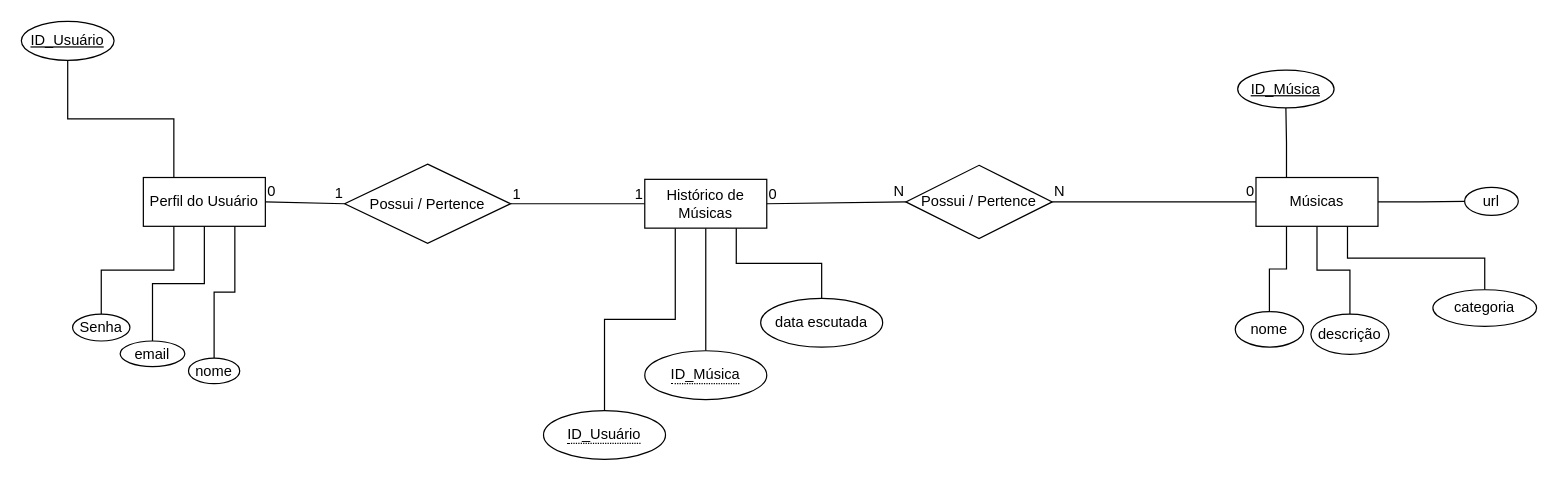
The draw.io diagram docs/Diagrama-ER.drawio in Code-Masters-F/2025_GlobalSolution-2, before the edit. Source tidied: cells renumbered, new cells numbered last; positions are measured from the earlier drawing's top-left corner, leaving out a move shared by most shapes. Both pictures are drawn from the tidied source at 122%, with x=0, y=0 at pixel (21, 21).
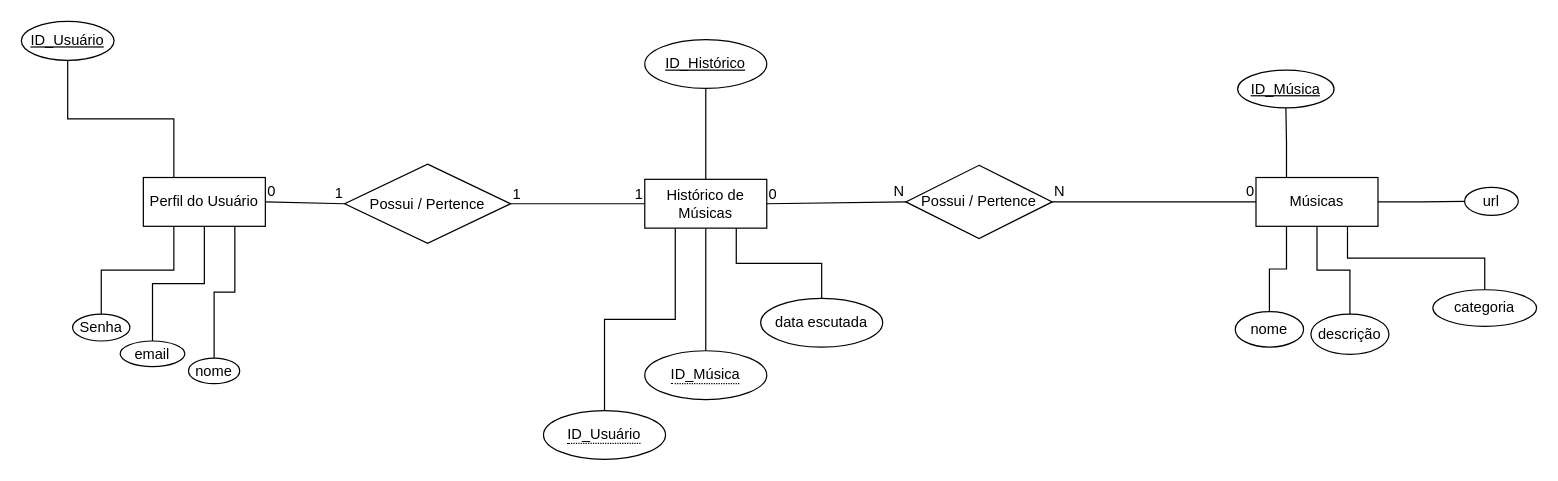
Above is the later version.

Commit message:
docs: Adicionando PK ao histórico de músicas escutadas

The change refers to these unchanged cells:
```xml
<mxCell id="22" value="Histórico de Músicas" style="whiteSpace=wrap;html=1;align=center;" parent="1" vertex="1">
  <mxGeometry x="511" y="129.5" width="100" height="40" as="geometry" />
</mxCell>
```

Diff of the diagram source:
```diff
@@
+    <mxCell id="43" style="edgeStyle=orthogonalEdgeStyle;rounded=0;jettySize=auto;html=1;endArrow=none;endFill=0;" parent="1" edge="1" source="22" target="44">
+      <mxGeometry relative="1" as="geometry" />
+    </mxCell>
@@
+    <mxCell id="44" value="ID_Histórico" style="ellipse;whiteSpace=wrap;html=1;align=center;fontStyle=4;" parent="1" vertex="1">
+      <mxGeometry x="511" y="15" width="100" height="40" as="geometry" />
+    </mxCell>
```
